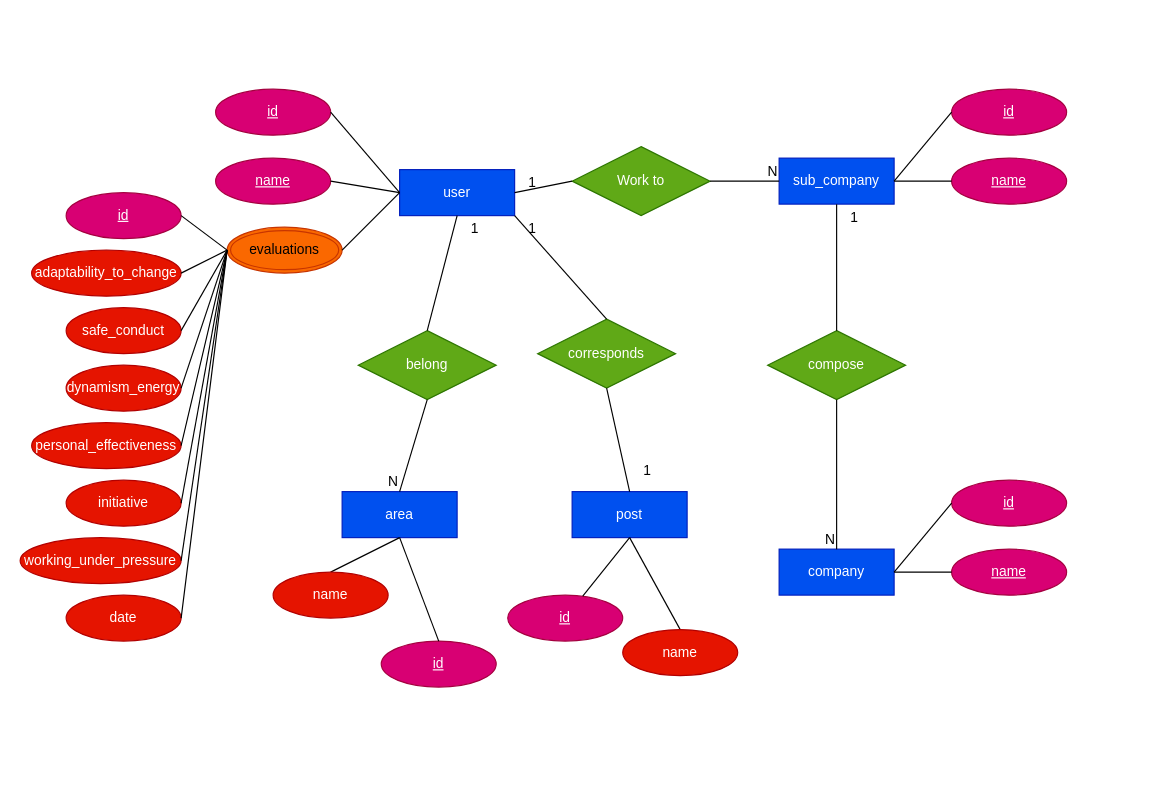
This is theory/Base de datos.drawio from LosTraicionados/LosTraicionados-Backend, a draw.io file, before an edit. Source tidied: cells renumbered, new cells numbered last; positions are measured from the earlier drawing's top-left corner, leaving out a move shared by most shapes. Both pictures are drawn from the tidied source at 115%, with x=0, y=0 at pixel (20, 89).
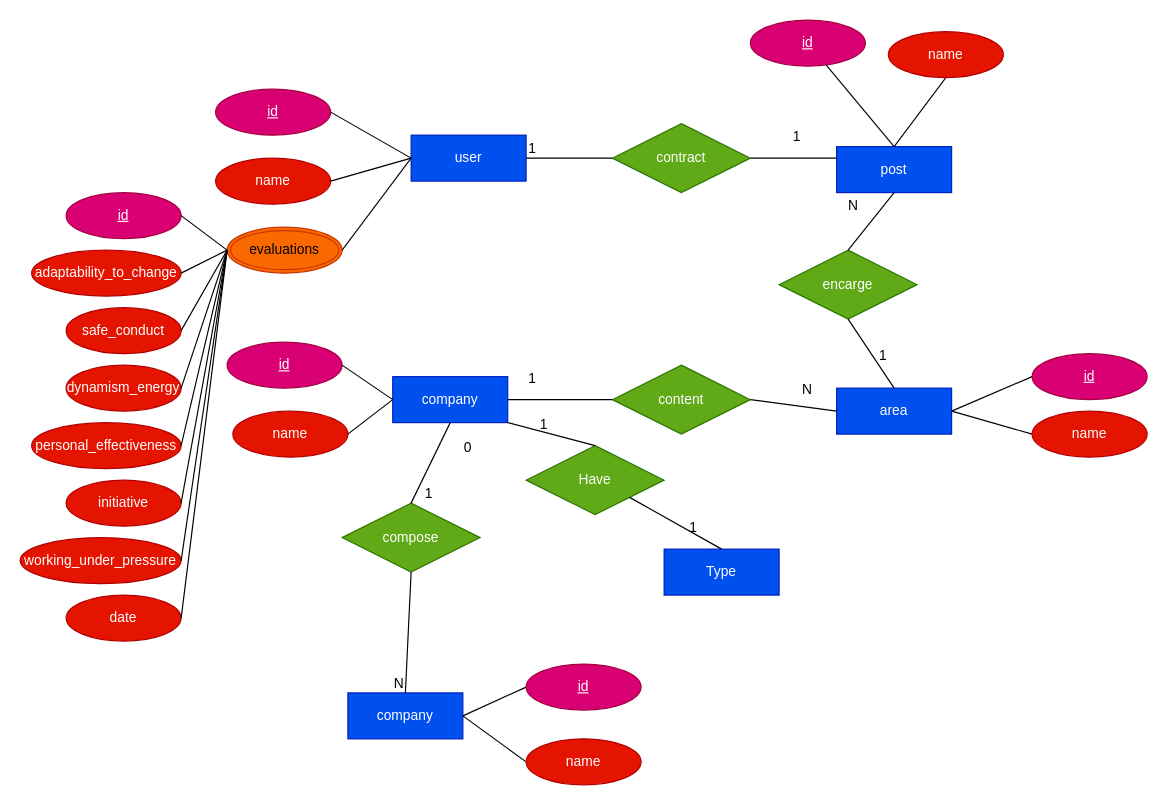
Above is the later version.

Unchanged cells that the change refers to:
```xml
<mxCell id="44" style="endArrow=none;html=1;rounded=0;entryX=1;entryY=0.5;entryDx=0;entryDy=0;exitX=0;exitY=0.5;exitDx=0;exitDy=0;" parent="1" edge="1" source="43" target="2">
  <mxGeometry relative="1" as="geometry" />
</mxCell>
```

Diff of the diagram source:
```diff
@@
     <mxCell id="2" value="user" style="whiteSpace=wrap;html=1;align=center;fillColor=#0050ef;fontColor=#ffffff;strokeColor=#001DBC;" parent="1" vertex="1">
-      <mxGeometry x="330" y="70" width="100" height="40" as="geometry" />
+      <mxGeometry x="340" y="40" width="100" height="40" as="geometry" />
     </mxCell>
@@
-    <mxCell id="4" value="name" style="ellipse;whiteSpace=wrap;html=1;align=center;fillColor=#d80073;fontColor=#ffffff;strokeColor=#A50040;fontStyle=4;" parent="1" vertex="1">
+    <mxCell id="4" value="name" style="ellipse;whiteSpace=wrap;html=1;align=center;fillColor=#e51400;fontColor=#ffffff;strokeColor=#B20000;fontStyle=0;" parent="1" vertex="1">
       <mxGeometry x="170" y="60" width="100" height="40" as="geometry" />
     </mxCell>
@@
-    <mxCell id="7" value="sub_company" style="whiteSpace=wrap;html=1;align=center;fillColor=#0050ef;fontColor=#ffffff;strokeColor=#001DBC;" parent="1" vertex="1">
-      <mxGeometry x="660" y="60" width="100" height="40" as="geometry" />
+    <mxCell id="7" value="company" style="whiteSpace=wrap;html=1;align=center;fillColor=#0050ef;fontColor=#ffffff;strokeColor=#001DBC;" parent="1" vertex="1">
+      <mxGeometry x="324" y="250" width="100" height="40" as="geometry" />
     </mxCell>
     <mxCell id="8" value="id" style="ellipse;whiteSpace=wrap;html=1;align=center;fontStyle=4;fillColor=#d80073;fontColor=#ffffff;strokeColor=#A50040;" parent="1" vertex="1">
-      <mxGeometry x="810" width="100" height="40" as="geometry" />
+      <mxGeometry x="180" y="220" width="100" height="40" as="geometry" />
     </mxCell>
-    <mxCell id="9" value="name" style="ellipse;whiteSpace=wrap;html=1;align=center;fillColor=#d80073;fontColor=#ffffff;strokeColor=#A50040;fontStyle=4;" parent="1" vertex="1">
-      <mxGeometry x="810" y="60" width="100" height="40" as="geometry" />
-    </mxCell>
-    <mxCell id="10" style="endArrow=none;html=1;rounded=0;entryX=1;entryY=0.5;entryDx=0;entryDy=0;exitX=0;exitY=0.5;exitDx=0;exitDy=0;" parent="1" edge="1" source="8" target="7">
+    <mxCell id="10" style="endArrow=none;html=1;rounded=0;entryX=0;entryY=0.5;entryDx=0;entryDy=0;exitX=1;exitY=0.5;exitDx=0;exitDy=0;" parent="1" edge="1" source="8" target="7">
       <mxGeometry relative="1" as="geometry" />
     </mxCell>
-    <mxCell id="11" style="endArrow=none;html=1;rounded=0;entryX=1;entryY=0.5;entryDx=0;entryDy=0;exitX=0;exitY=0.5;exitDx=0;exitDy=0;" parent="1" edge="1" source="9" target="7">
-      <mxGeometry relative="1" as="geometry" />
-    </mxCell>
     <mxCell id="12" value="area" style="whiteSpace=wrap;html=1;align=center;fillColor=#0050ef;fontColor=#ffffff;strokeColor=#001DBC;" parent="1" vertex="1">
-      <mxGeometry x="280" y="350" width="100" height="40" as="geometry" />
+      <mxGeometry x="710" y="260" width="100" height="40" as="geometry" />
     </mxCell>
     <mxCell id="13" value="id" style="ellipse;whiteSpace=wrap;html=1;align=center;fontStyle=4;fillColor=#d80073;fontColor=#ffffff;strokeColor=#A50040;" parent="1" vertex="1">
-      <mxGeometry x="314" y="480" width="100" height="40" as="geometry" />
+      <mxGeometry x="880" y="230" width="100" height="40" as="geometry" />
     </mxCell>
-    <mxCell id="14" style="endArrow=none;html=1;rounded=0;entryX=0.5;entryY=1;entryDx=0;entryDy=0;exitX=0.5;exitY=0;exitDx=0;exitDy=0;" parent="1" edge="1" source="13" target="12">
+    <mxCell id="14" style="endArrow=none;html=1;rounded=0;entryX=1;entryY=0.5;entryDx=0;entryDy=0;exitX=0;exitY=0.5;exitDx=0;exitDy=0;" parent="1" edge="1" source="13" target="12">
       <mxGeometry relative="1" as="geometry" />
     </mxCell>
-    <mxCell id="15" style="endArrow=none;html=1;rounded=0;entryX=0.5;entryY=1;entryDx=0;entryDy=0;exitX=0.5;exitY=0;exitDx=0;exitDy=0;" parent="1" edge="1" source="53" target="12">
+    <mxCell id="15" style="endArrow=none;html=1;rounded=0;entryX=1;entryY=0.5;entryDx=0;entryDy=0;exitX=0;exitY=0.5;exitDx=0;exitDy=0;" parent="1" edge="1" source="53" target="12">
       <mxGeometry relative="1" as="geometry" />
     </mxCell>
     <mxCell id="16" value="post" style="whiteSpace=wrap;html=1;align=center;fillColor=#0050ef;fontColor=#ffffff;strokeColor=#001DBC;" parent="1" vertex="1">
-      <mxGeometry x="480" y="350" width="100" height="40" as="geometry" />
+      <mxGeometry x="710" y="50" width="100" height="40" as="geometry" />
     </mxCell>
     <mxCell id="17" value="id" style="ellipse;whiteSpace=wrap;html=1;align=center;fontStyle=4;fillColor=#d80073;fontColor=#ffffff;strokeColor=#A50040;" parent="1" vertex="1">
-      <mxGeometry x="424" y="440" width="100" height="40" as="geometry" />
+      <mxGeometry x="635" y="-60" width="100" height="40" as="geometry" />
     </mxCell>
-    <mxCell id="18" style="endArrow=none;html=1;rounded=0;entryX=0.5;entryY=1;entryDx=0;entryDy=0;" parent="1" edge="1" source="17" target="16">
+    <mxCell id="18" style="endArrow=none;html=1;rounded=0;entryX=0.5;entryY=0;entryDx=0;entryDy=0;" parent="1" edge="1" source="17" target="16">
       <mxGeometry relative="1" as="geometry" />
     </mxCell>
-    <mxCell id="19" style="endArrow=none;html=1;rounded=0;entryX=0.5;entryY=1;entryDx=0;entryDy=0;exitX=0.5;exitY=0;exitDx=0;exitDy=0;" parent="1" edge="1" source="54" target="16">
+    <mxCell id="19" style="endArrow=none;html=1;rounded=0;entryX=0.5;entryY=0;entryDx=0;entryDy=0;exitX=0.5;exitY=1;exitDx=0;exitDy=0;" parent="1" edge="1" source="54" target="16">
       <mxGeometry relative="1" as="geometry" />
     </mxCell>
     <mxCell id="20" value="company" style="whiteSpace=wrap;html=1;align=center;fillColor=#0050ef;fontColor=#ffffff;strokeColor=#001DBC;" parent="1" vertex="1">
-      <mxGeometry x="660" y="400" width="100" height="40" as="geometry" />
+      <mxGeometry x="285" y="525" width="100" height="40" as="geometry" />
     </mxCell>
     <mxCell id="21" value="id" style="ellipse;whiteSpace=wrap;html=1;align=center;fontStyle=4;fillColor=#d80073;fontColor=#ffffff;strokeColor=#A50040;" parent="1" vertex="1">
-      <mxGeometry x="810" y="340" width="100" height="40" as="geometry" />
+      <mxGeometry x="440" y="500" width="100" height="40" as="geometry" />
     </mxCell>
-    <mxCell id="22" value="name" style="ellipse;whiteSpace=wrap;html=1;align=center;fillColor=#d80073;fontColor=#ffffff;strokeColor=#A50040;fontStyle=4;" parent="1" vertex="1">
-      <mxGeometry x="810" y="400" width="100" height="40" as="geometry" />
-    </mxCell>
@@
-    <mxCell id="24" style="endArrow=none;html=1;rounded=0;entryX=1;entryY=0.5;entryDx=0;entryDy=0;exitX=0;exitY=0.5;exitDx=0;exitDy=0;" parent="1" edge="1" source="22" target="20">
+    <mxCell id="24" style="endArrow=none;html=1;rounded=0;entryX=1;entryY=0.5;entryDx=0;entryDy=0;exitX=0;exitY=0.5;exitDx=0;exitDy=0;" parent="1" edge="1" source="69" target="20">
       <mxGeometry relative="1" as="geometry" />
     </mxCell>
@@
-    <mxCell id="43" value="Work to" style="shape=rhombus;perimeter=rhombusPerimeter;whiteSpace=wrap;html=1;align=center;fillColor=#60a917;fontColor=#ffffff;strokeColor=#2D7600;" parent="1" vertex="1">
-      <mxGeometry x="480" y="50" width="120" height="60" as="geometry" />
+    <mxCell id="43" value="contract" style="shape=rhombus;perimeter=rhombusPerimeter;whiteSpace=wrap;html=1;align=center;fillColor=#60a917;fontColor=#ffffff;strokeColor=#2D7600;" parent="1" vertex="1">
+      <mxGeometry x="515" y="30" width="120" height="60" as="geometry" />
     </mxCell>
@@
-    <mxCell id="45" value="1" style="html=1;whiteSpace=wrap;align=right;verticalAlign=bottom;" parent="44" vertex="1">
-      <mxGeometry x="1" relative="1" as="geometry">
-        <mxPoint x="20" as="offset" />
-      </mxGeometry>
-    </mxCell>
-    <mxCell id="46" style="endArrow=none;html=1;rounded=0;entryX=0;entryY=0.5;entryDx=0;entryDy=0;exitX=1;exitY=0.5;exitDx=0;exitDy=0;" parent="1" edge="1" source="43" target="7">
-      <mxGeometry relative="1" as="geometry" />
-    </mxCell>
-    <mxCell id="47" value="N" style="html=1;whiteSpace=wrap;align=right;verticalAlign=bottom;" parent="46" vertex="1">
-      <mxGeometry x="1" relative="1" as="geometry" />
-    </mxCell>
     <mxCell id="48" value="compose" style="shape=rhombus;perimeter=rhombusPerimeter;whiteSpace=wrap;html=1;align=center;fillColor=#60a917;fontColor=#ffffff;strokeColor=#2D7600;" parent="1" vertex="1">
-      <mxGeometry x="650" y="210" width="120" height="60" as="geometry" />
+      <mxGeometry x="280" y="360" width="120" height="60" as="geometry" />
     </mxCell>
-    <mxCell id="49" style="endArrow=none;html=1;rounded=0;entryX=0.5;entryY=1;entryDx=0;entryDy=0;exitX=0.5;exitY=0;exitDx=0;exitDy=0;" parent="1" edge="1" source="48" target="7">
+    <mxCell id="49" style="endArrow=none;html=1;rounded=0;exitX=0.5;exitY=0;exitDx=0;exitDy=0;entryX=0.5;entryY=1;entryDx=0;entryDy=0;" parent="1" edge="1" source="48" target="7">
       <mxGeometry relative="1" as="geometry" />
     </mxCell>
-    <mxCell id="50" value="1" style="html=1;whiteSpace=wrap;align=right;verticalAlign=bottom;" parent="49" vertex="1">
+    <mxCell id="50" value="0" style="html=1;whiteSpace=wrap;align=right;verticalAlign=bottom;" parent="49" vertex="1">
       <mxGeometry x="1" relative="1" as="geometry">
-        <mxPoint x="20" y="20" as="offset" />
+        <mxPoint x="20" y="30" as="offset" />
       </mxGeometry>
     </mxCell>
@@
     <mxCell id="53" value="name" style="ellipse;whiteSpace=wrap;html=1;align=center;fillColor=#e51400;fontColor=#ffffff;strokeColor=#B20000;" parent="1" vertex="1">
-      <mxGeometry x="220" y="420" width="100" height="40" as="geometry" />
+      <mxGeometry x="880" y="280" width="100" height="40" as="geometry" />
     </mxCell>
     <mxCell id="54" value="name" style="ellipse;whiteSpace=wrap;html=1;align=center;fillColor=#e51400;fontColor=#ffffff;strokeColor=#B20000;" parent="1" vertex="1">
-      <mxGeometry x="524" y="470" width="100" height="40" as="geometry" />
+      <mxGeometry x="755" y="-50" width="100" height="40" as="geometry" />
     </mxCell>
-    <mxCell id="55" value="belong" style="shape=rhombus;perimeter=rhombusPerimeter;whiteSpace=wrap;html=1;align=center;fillColor=#60a917;fontColor=#ffffff;strokeColor=#2D7600;" parent="1" vertex="1">
-      <mxGeometry x="294" y="210" width="120" height="60" as="geometry" />
-    </mxCell>
-    <mxCell id="56" style="endArrow=none;html=1;rounded=0;entryX=0.5;entryY=0;entryDx=0;entryDy=0;exitX=0.5;exitY=1;exitDx=0;exitDy=0;" parent="1" edge="1" source="55" target="12">
-      <mxGeometry relative="1" as="geometry" />
-    </mxCell>
-    <mxCell id="57" value="N" style="html=1;whiteSpace=wrap;align=right;verticalAlign=bottom;" parent="56" vertex="1">
-      <mxGeometry x="1" relative="1" as="geometry" />
-    </mxCell>
-    <mxCell id="58" style="endArrow=none;html=1;rounded=0;entryX=0.5;entryY=1;entryDx=0;entryDy=0;exitX=0.5;exitY=0;exitDx=0;exitDy=0;" parent="1" edge="1" source="55" target="2">
-      <mxGeometry relative="1" as="geometry" />
-    </mxCell>
-    <mxCell id="59" value="1" style="html=1;whiteSpace=wrap;align=right;verticalAlign=bottom;" parent="58" vertex="1">
-      <mxGeometry x="1" relative="1" as="geometry">
-        <mxPoint x="20" y="20" as="offset" />
-      </mxGeometry>
-    </mxCell>
-    <mxCell id="60" value="corresponds" style="shape=rhombus;perimeter=rhombusPerimeter;whiteSpace=wrap;html=1;align=center;fillColor=#60a917;fontColor=#ffffff;strokeColor=#2D7600;" parent="1" vertex="1">
-      <mxGeometry x="450" y="200" width="120" height="60" as="geometry" />
-    </mxCell>
-    <mxCell id="61" style="endArrow=none;html=1;rounded=0;entryX=1;entryY=1;entryDx=0;entryDy=0;exitX=0.5;exitY=0;exitDx=0;exitDy=0;" parent="1" edge="1" source="60" target="2">
-      <mxGeometry relative="1" as="geometry" />
-    </mxCell>
-    <mxCell id="62" value="1" style="html=1;whiteSpace=wrap;align=right;verticalAlign=bottom;" parent="61" vertex="1">
-      <mxGeometry x="1" relative="1" as="geometry">
-        <mxPoint x="20" y="20" as="offset" />
-      </mxGeometry>
-    </mxCell>
-    <mxCell id="63" style="endArrow=none;html=1;rounded=0;entryX=0.5;entryY=0;entryDx=0;entryDy=0;exitX=0.5;exitY=1;exitDx=0;exitDy=0;" parent="1" edge="1" source="60" target="16">
-      <mxGeometry relative="1" as="geometry" />
-    </mxCell>
-    <mxCell id="64" value="1" style="html=1;whiteSpace=wrap;align=right;verticalAlign=bottom;" parent="63" vertex="1">
-      <mxGeometry x="1" relative="1" as="geometry">
-        <mxPoint x="20" y="-10" as="offset" />
-      </mxGeometry>
-    </mxCell>
+    <mxCell id="65" value="1" style="html=1;whiteSpace=wrap;align=right;verticalAlign=bottom;" parent="1" vertex="1">
+      <mxGeometry x="360" y="360" as="geometry" />
+    </mxCell>
+    <mxCell id="66" value="1" style="html=1;whiteSpace=wrap;align=right;verticalAlign=bottom;" parent="1" vertex="1">
+      <mxGeometry x="680" y="50" as="geometry" />
+    </mxCell>
+    <mxCell id="67" value="name" style="ellipse;whiteSpace=wrap;html=1;align=center;fillColor=#e51400;fontColor=#ffffff;strokeColor=#B20000;" parent="1" vertex="1">
+      <mxGeometry x="185" y="280" width="100" height="40" as="geometry" />
+    </mxCell>
+    <mxCell id="68" style="endArrow=none;html=1;rounded=0;entryX=0;entryY=0.5;entryDx=0;entryDy=0;exitX=1;exitY=0.5;exitDx=0;exitDy=0;" parent="1" edge="1" source="67" target="7">
+      <mxGeometry relative="1" as="geometry" />
+    </mxCell>
+    <mxCell id="69" value="name" style="ellipse;whiteSpace=wrap;html=1;align=center;fillColor=#e51400;fontColor=#ffffff;strokeColor=#B20000;" parent="1" vertex="1">
+      <mxGeometry x="440" y="565" width="100" height="40" as="geometry" />
+    </mxCell>
+    <mxCell id="70" value="1" style="html=1;whiteSpace=wrap;align=right;verticalAlign=bottom;" parent="1" vertex="1">
+      <mxGeometry x="450" y="60" as="geometry" />
+    </mxCell>
+    <mxCell id="71" style="endArrow=none;html=1;rounded=0;exitX=1;exitY=0.5;exitDx=0;exitDy=0;entryX=0;entryY=0.25;entryDx=0;entryDy=0;" parent="1" edge="1" source="43" target="16">
+      <mxGeometry relative="1" as="geometry" />
+    </mxCell>
+    <mxCell id="72" value="encarge" style="shape=rhombus;perimeter=rhombusPerimeter;whiteSpace=wrap;html=1;align=center;fillColor=#60a917;fontColor=#ffffff;strokeColor=#2D7600;" parent="1" vertex="1">
+      <mxGeometry x="660" y="140" width="120" height="60" as="geometry" />
+    </mxCell>
+    <mxCell id="73" style="endArrow=none;html=1;rounded=0;exitX=0.5;exitY=0;exitDx=0;exitDy=0;entryX=0.5;entryY=1;entryDx=0;entryDy=0;" parent="1" edge="1" source="72" target="16">
+      <mxGeometry relative="1" as="geometry" />
+    </mxCell>
+    <mxCell id="74" style="endArrow=none;html=1;rounded=0;exitX=0.5;exitY=1;exitDx=0;exitDy=0;entryX=0.5;entryY=0;entryDx=0;entryDy=0;" parent="1" edge="1" source="72" target="12">
+      <mxGeometry relative="1" as="geometry" />
+    </mxCell>
+    <mxCell id="75" value="N" style="html=1;whiteSpace=wrap;align=right;verticalAlign=bottom;" parent="1" vertex="1">
+      <mxGeometry x="730" y="110" as="geometry" />
+    </mxCell>
+    <mxCell id="76" value="1" style="html=1;whiteSpace=wrap;align=right;verticalAlign=bottom;" parent="1" vertex="1">
+      <mxGeometry x="755" y="240" as="geometry" />
+    </mxCell>
+    <mxCell id="77" value="content" style="shape=rhombus;perimeter=rhombusPerimeter;whiteSpace=wrap;html=1;align=center;fillColor=#60a917;fontColor=#ffffff;strokeColor=#2D7600;" parent="1" vertex="1">
+      <mxGeometry x="515" y="240" width="120" height="60" as="geometry" />
+    </mxCell>
+    <mxCell id="78" style="endArrow=none;html=1;rounded=0;entryX=1;entryY=0.5;entryDx=0;entryDy=0;exitX=0;exitY=0.5;exitDx=0;exitDy=0;" parent="1" edge="1" source="77" target="7">
+      <mxGeometry relative="1" as="geometry" />
+    </mxCell>
+    <mxCell id="79" value="1" style="html=1;whiteSpace=wrap;align=right;verticalAlign=bottom;" parent="1" vertex="1">
+      <mxGeometry x="450" y="260" as="geometry" />
+    </mxCell>
+    <mxCell id="80" style="endArrow=none;html=1;rounded=0;exitX=0;exitY=0.5;exitDx=0;exitDy=0;entryX=1;entryY=0.5;entryDx=0;entryDy=0;" parent="1" edge="1" source="12" target="77">
+      <mxGeometry relative="1" as="geometry" />
+    </mxCell>
+    <mxCell id="81" value="N" style="html=1;whiteSpace=wrap;align=right;verticalAlign=bottom;" parent="1" vertex="1">
+      <mxGeometry x="690" y="270" as="geometry" />
+    </mxCell>
+    <mxCell id="82" value="Type" style="whiteSpace=wrap;html=1;align=center;fillColor=#0050ef;fontColor=#ffffff;strokeColor=#001DBC;" parent="1" vertex="1">
+      <mxGeometry x="560" y="400" width="100" height="40" as="geometry" />
+    </mxCell>
+    <mxCell id="83" value="Have" style="shape=rhombus;perimeter=rhombusPerimeter;whiteSpace=wrap;html=1;align=center;fillColor=#60a917;fontColor=#ffffff;strokeColor=#2D7600;" parent="1" vertex="1">
+      <mxGeometry x="440" y="310" width="120" height="60" as="geometry" />
+    </mxCell>
+    <mxCell id="84" style="endArrow=none;html=1;rounded=0;entryX=1;entryY=1;entryDx=0;entryDy=0;exitX=0.5;exitY=0;exitDx=0;exitDy=0;" parent="1" edge="1" source="83" target="7">
+      <mxGeometry relative="1" as="geometry" />
+    </mxCell>
+    <mxCell id="85" value="1" style="html=1;whiteSpace=wrap;align=right;verticalAlign=bottom;" parent="1" vertex="1">
+      <mxGeometry x="460" y="300" as="geometry" />
+    </mxCell>
+    <mxCell id="86" style="endArrow=none;html=1;rounded=0;entryX=1;entryY=1;entryDx=0;entryDy=0;exitX=0.5;exitY=0;exitDx=0;exitDy=0;" parent="1" edge="1" source="82" target="83">
+      <mxGeometry relative="1" as="geometry" />
+    </mxCell>
+    <mxCell id="87" value="1" style="html=1;whiteSpace=wrap;align=right;verticalAlign=bottom;" parent="1" vertex="1">
+      <mxGeometry x="590" y="390" as="geometry" />
+    </mxCell>
```
